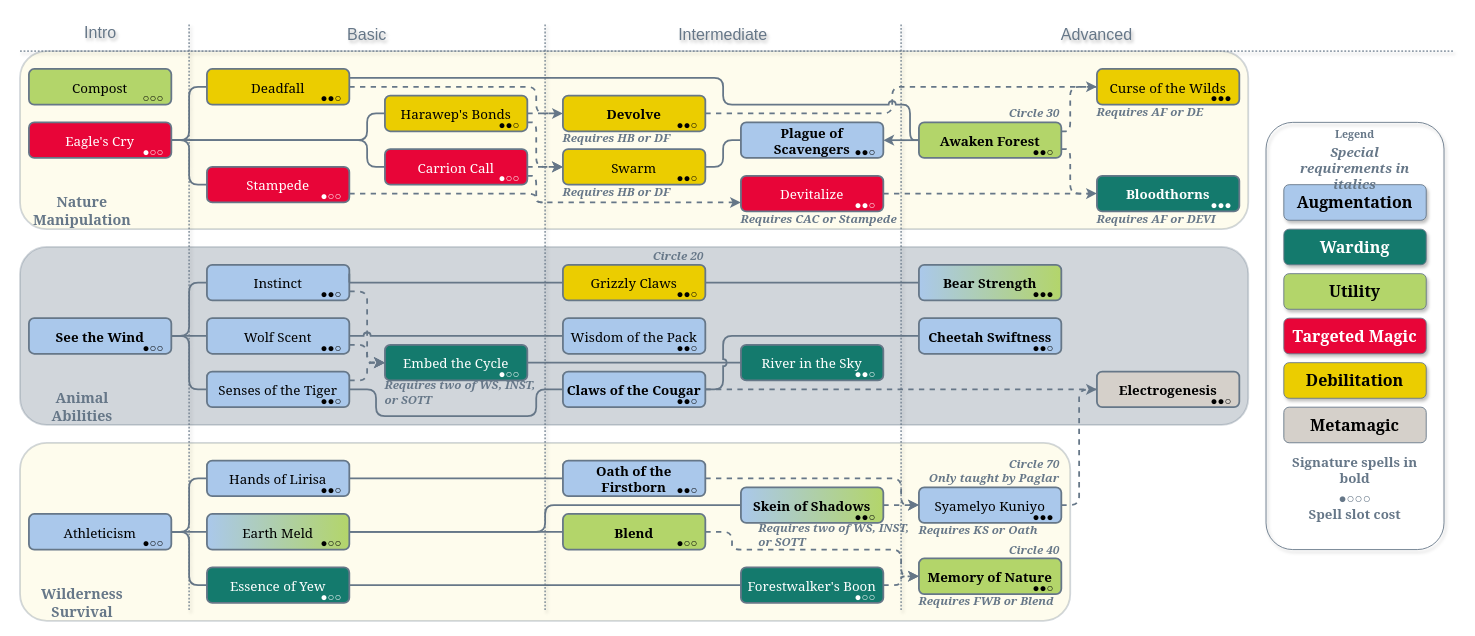
This is Ranger/Ranger.drawio from MahtraDR/dr-spell-trees, a draw.io file, before an edit. Source tidied: cells renumbered, new cells numbered last; positions are measured from the earlier drawing's top-left corner, leaving out a move shared by most shapes. Both pictures are drawn from the tidied source at 89%, with x=0, y=0 at pixel (20, 15).
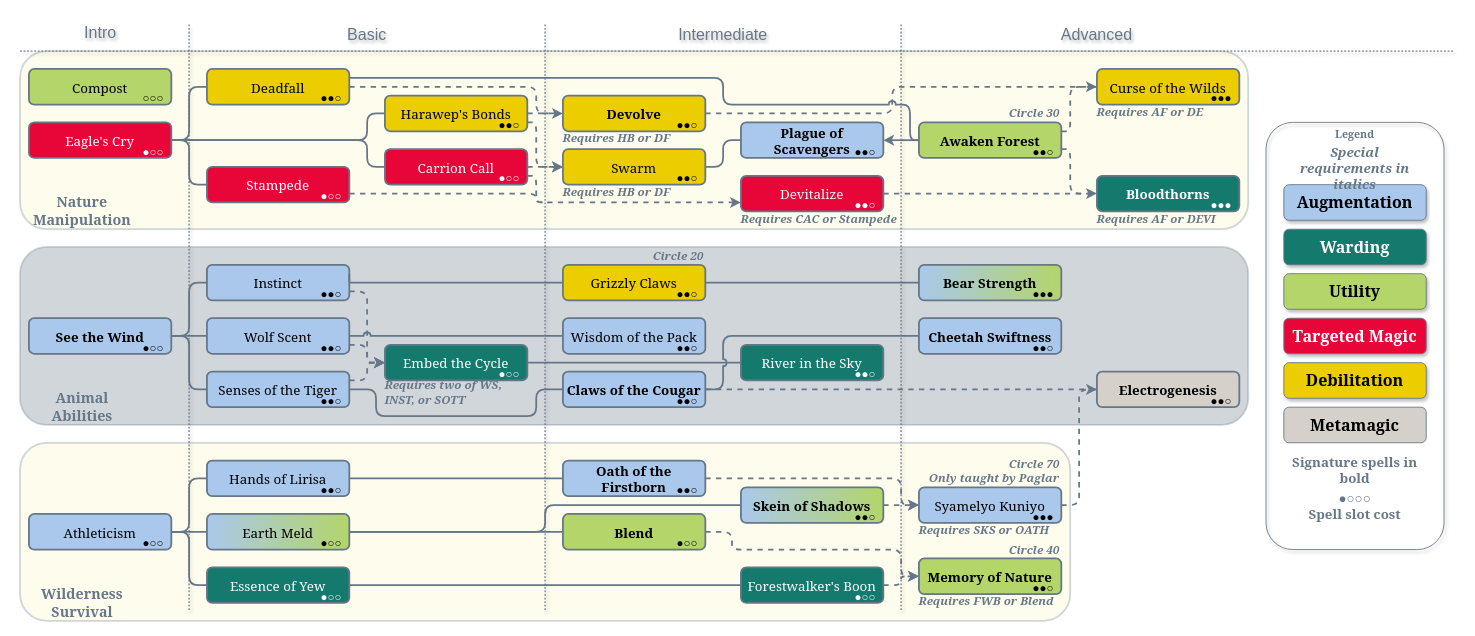
The same diagram, later.

Diff of the diagram source:
```diff
@@
-    <mxCell id="87" value="Requires KS or Oath" style="text;align=left;verticalAlign=top;strokeColor=none;fillColor=none;fontFamily=Georgia;fontSize=13;fontColor=#667788;labelBackgroundColor=none;spacing=0;spacingBottom=0;spacingTop=-4;fontStyle=3;" parent="8" vertex="1">
-      <mxGeometry x="1010" y="570" width="130" height="20" as="geometry" />
-    </mxCell>
@@
-    <mxCell id="152" value="Requires two of WS, INST, &#10;or SOTT" style="text;align=left;verticalAlign=middle;strokeColor=none;fillColor=none;fontFamily=Georgia;fontSize=13;fontColor=#667788;labelBackgroundColor=none;spacing=0;spacingBottom=0;spacingTop=-4;fontStyle=3;" parent="148" vertex="1">
-      <mxGeometry x="830" y="570" width="170" height="30" as="geometry" />
-    </mxCell>
-    <mxCell id="153" value="Requires two of WS, INST, &#10;or SOTT" style="text;align=left;verticalAlign=middle;strokeColor=none;fillColor=none;fontFamily=Georgia;fontSize=13;fontColor=#667788;labelBackgroundColor=none;spacing=0;spacingBottom=0;spacingTop=-4;fontStyle=3;" parent="148" vertex="1">
-      <mxGeometry x="410" y="410" width="170" height="30" as="geometry" />
+    <mxCell id="153" value="Requires two of WS, &#10;INST, or SOTT" style="text;align=left;verticalAlign=middle;strokeColor=none;fillColor=none;fontFamily=Georgia;fontSize=13;fontColor=#667788;labelBackgroundColor=none;spacing=0;spacingBottom=0;spacingTop=-4;fontStyle=3;" parent="148" vertex="1">
+      <mxGeometry x="410" y="410" width="140" height="30" as="geometry" />
     </mxCell>
@@
+    <mxCell id="87" value="Requires SKS or OATH" style="text;align=left;verticalAlign=top;strokeColor=none;fillColor=none;fontFamily=Georgia;fontSize=13;fontColor=#667788;labelBackgroundColor=none;spacing=0;spacingBottom=0;spacingTop=-4;fontStyle=3;" parent="148" vertex="1">
+      <mxGeometry x="1010" y="570" width="150" height="20" as="geometry" />
+    </mxCell>
```
